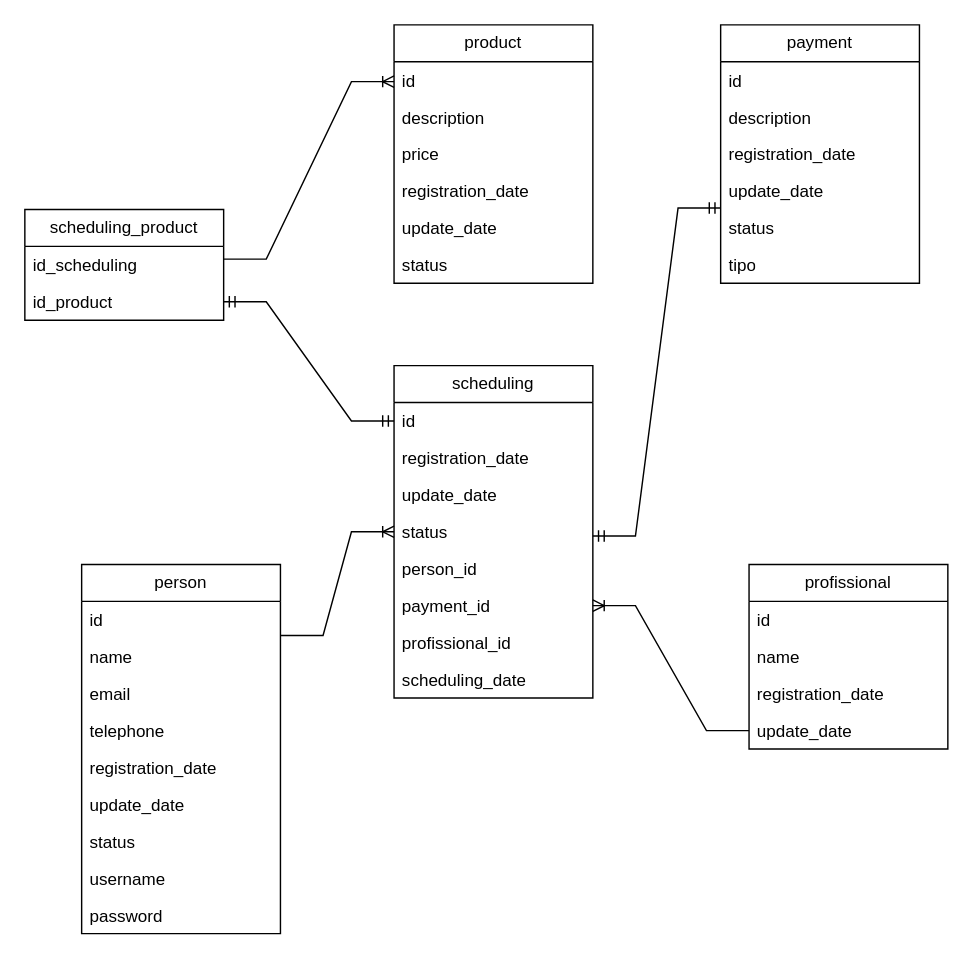
This is Stay-fine.drawio from jucineibelo/draw.io, a draw.io file, before an edit. Source tidied: cells renumbered, new cells numbered last; positions are measured from the earlier drawing's top-left corner, leaving out a move shared by most shapes. Both pictures are drawn from the tidied source at 142%, with x=0, y=0 at pixel (-388, 24).
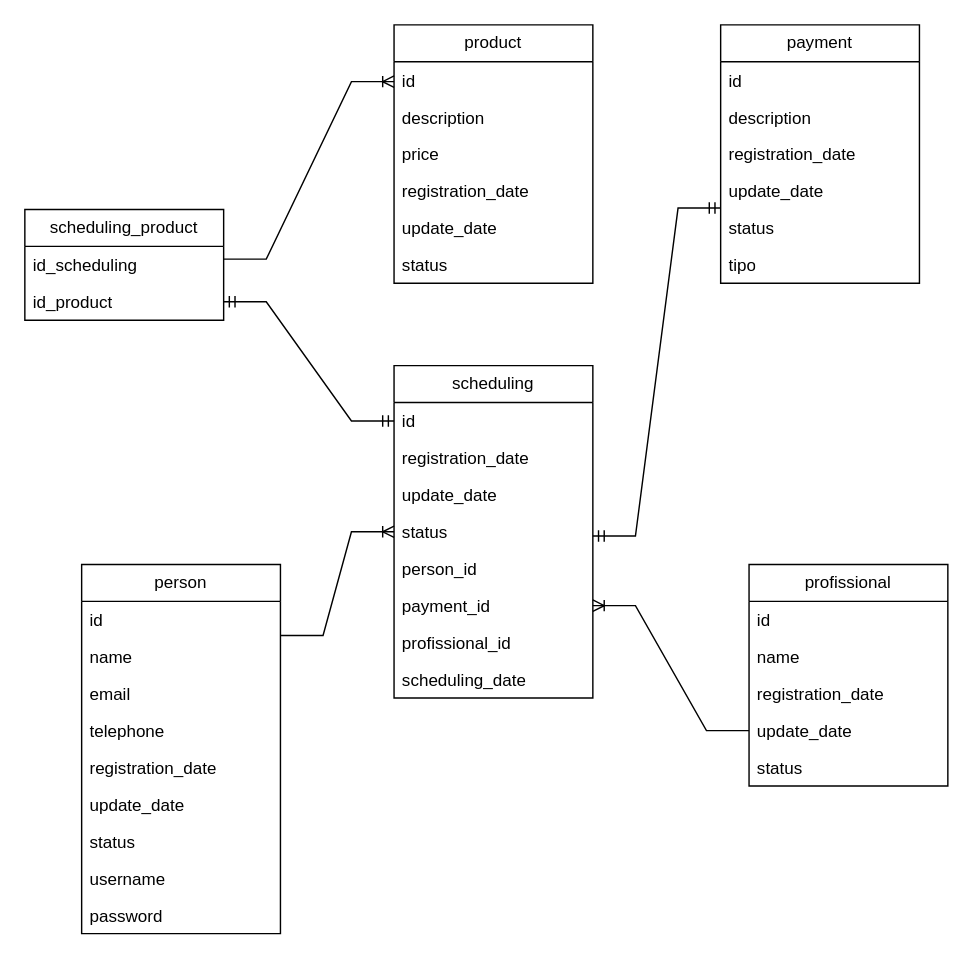
The same diagram, later.

What changed in the source:
```diff
@@
     <mxCell id="36" value="profissional" style="swimlane;fontStyle=0;horizontal=1;startSize=26;fillColor=none;whiteSpace=wrap;html=1;" parent="1" vertex="1">
-      <mxGeometry x="800" y="380" width="140" height="130" as="geometry" />
+      <mxGeometry x="800" y="380" width="140" height="156" as="geometry" />
     </mxCell>
@@
+    <mxCell id="48" value="status" style="text;strokeColor=none;fillColor=none;align=left;verticalAlign=top;spacingLeft=4;spacingRight=4;overflow=hidden;whiteSpace=wrap;html=1;" parent="36" vertex="1">
+      <mxGeometry y="130" width="140" height="26" as="geometry" />
+    </mxCell>
```
